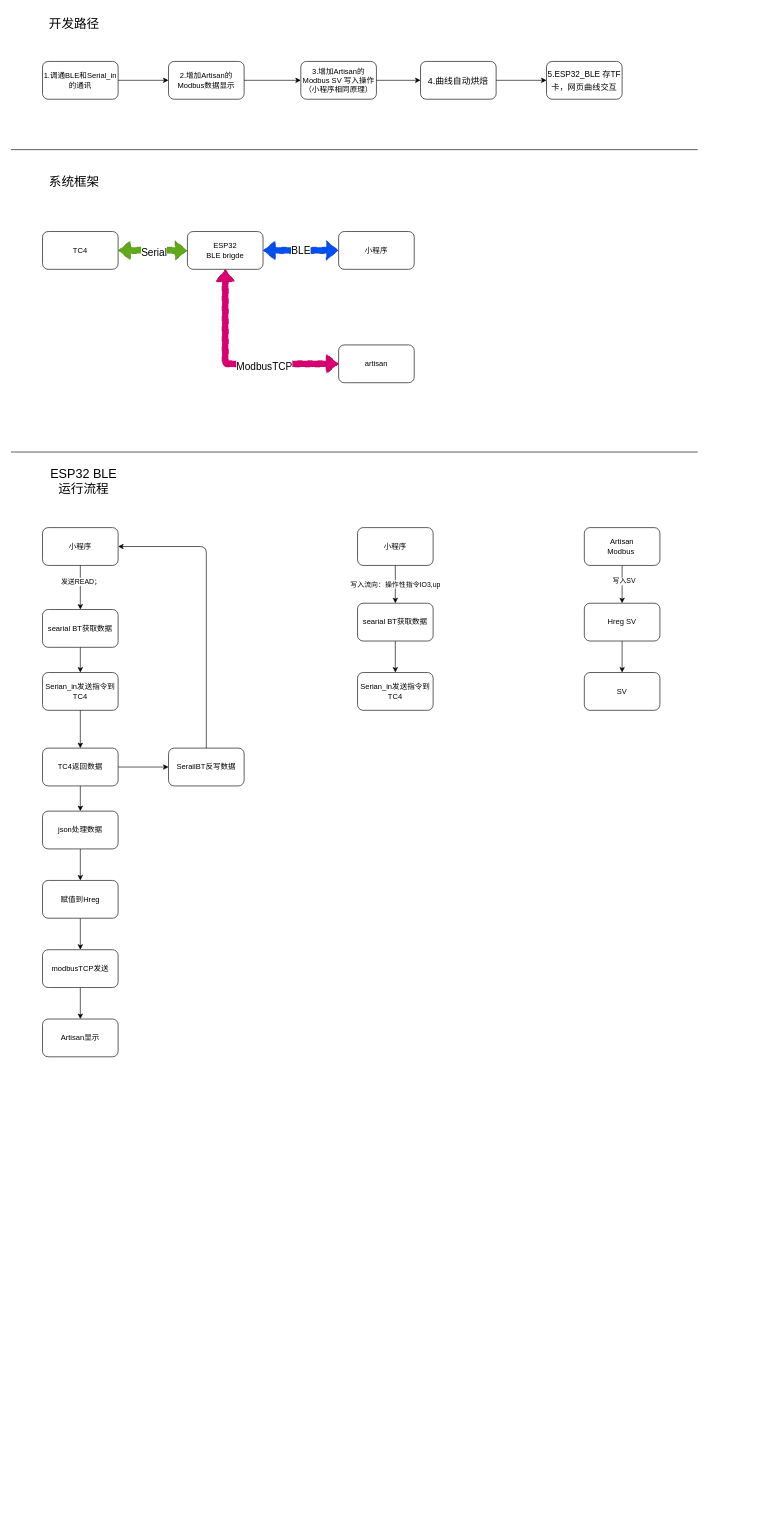
Before: src/flow.drawio in sakunamary/tc4-ble-brigde, a draw.io diagram. Source tidied: cells renumbered, new cells numbered last; positions are measured from the earlier drawing's top-left corner, leaving out a move shared by most shapes. Both pictures are drawn from the tidied source at 63%, with x=0, y=0 at pixel (11, 11).
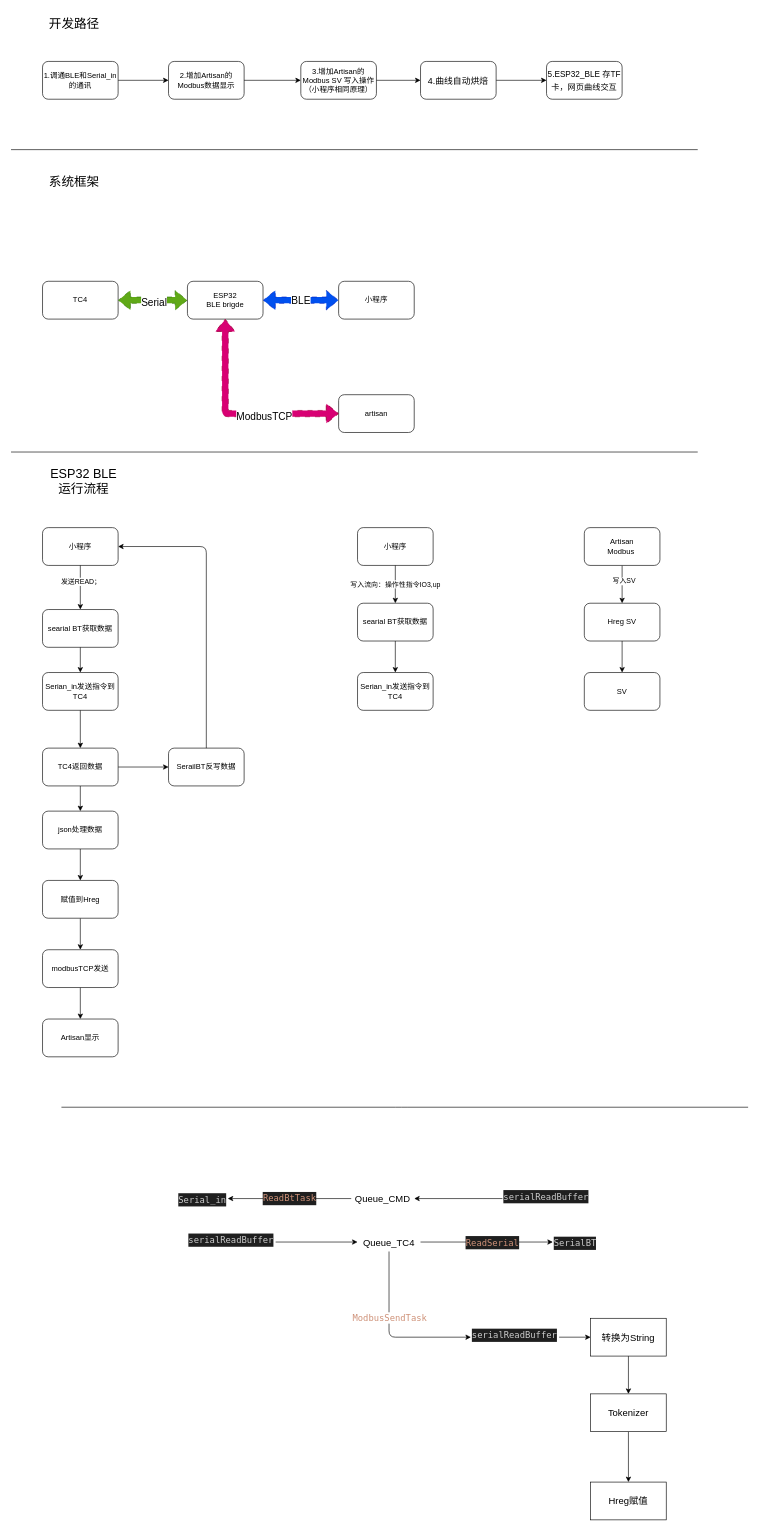
After the change.

Change to the diagram source:
```diff
@@
     <mxCell id="2" value="TC4" style="rounded=1;whiteSpace=wrap;html=1;" parent="1" vertex="1">
-      <mxGeometry x="50" y="350" width="120" height="60" as="geometry" />
+      <mxGeometry x="50" y="429" width="120" height="60" as="geometry" />
     </mxCell>
     <mxCell id="3" value="ESP32&lt;br&gt;BLE brigde" style="whiteSpace=wrap;html=1;rounded=1;" parent="1" vertex="1">
-      <mxGeometry x="280" y="350" width="120" height="60" as="geometry" />
+      <mxGeometry x="280" y="429" width="120" height="60" as="geometry" />
     </mxCell>
     <mxCell id="4" value="小程序" style="rounded=1;whiteSpace=wrap;html=1;" parent="1" vertex="1">
-      <mxGeometry x="520" y="350" width="120" height="60" as="geometry" />
+      <mxGeometry x="520" y="429" width="120" height="60" as="geometry" />
     </mxCell>
     <mxCell id="5" style="shape=flexArrow;endArrow=classic;startArrow=classic;html=1;dashed=1;dashPattern=8 8;exitX=1;exitY=0.5;exitDx=0;exitDy=0;fillColor=#60a917;strokeColor=#2D7600;" parent="1" edge="1" source="2">
       <mxGeometry relative="1" as="geometry">
-        <mxPoint x="280" y="380" as="targetPoint" />
+        <mxPoint x="280" y="459" as="targetPoint" />
       </mxGeometry>
     </mxCell>
@@
     <mxCell id="7" value="&lt;font style=&quot;font-size: 16px;&quot;&gt;BLE&lt;/font&gt;" style="shape=flexArrow;endArrow=classic;startArrow=classic;html=1;dashed=1;dashPattern=8 8;exitX=1;exitY=0.5;exitDx=0;exitDy=0;fillColor=#0050ef;strokeColor=#001DBC;" parent="1" edge="1" source="3">
       <mxGeometry relative="1" as="geometry">
-        <mxPoint x="520" y="380" as="targetPoint" />
+        <mxPoint x="520" y="459" as="targetPoint" />
       </mxGeometry>
     </mxCell>
     <mxCell id="8" value="artisan" style="rounded=1;whiteSpace=wrap;html=1;" parent="1" vertex="1">
-      <mxGeometry x="520" y="530" width="120" height="60" as="geometry" />
+      <mxGeometry x="520" y="609" width="120" height="60" as="geometry" />
     </mxCell>
     <mxCell id="9" style="shape=flexArrow;endArrow=classic;startArrow=classic;html=1;dashed=1;dashPattern=8 8;exitX=0;exitY=0.5;exitDx=0;exitDy=0;entryX=0.5;entryY=1;entryDx=0;entryDy=0;fillColor=#d80073;strokeColor=#A50040;" parent="1" edge="1" source="8" target="3">
       <mxGeometry relative="1" as="geometry">
         <Array as="points">
-          <mxPoint x="340" y="560" />
+          <mxPoint x="340" y="639" />
         </Array>
       </mxGeometry>
     </mxCell>
@@
+    <mxCell id="55" style="edgeStyle=none;html=1;exitX=1;exitY=0.5;exitDx=0;exitDy=0;fontSize=15;entryX=0;entryY=0.5;entryDx=0;entryDy=0;" parent="1" edge="1" source="59" target="62">
+      <mxGeometry relative="1" as="geometry" />
+    </mxCell>
+    <mxCell id="56" value="&lt;div style=&quot;color: rgb(204, 204, 204); background-color: rgb(31, 31, 31); font-family: Menlo, Menlo, Menlo, Menlo, Monaco, &amp;quot;Courier New&amp;quot;, monospace; font-size: 14px; line-height: 21px;&quot;&gt;&lt;span style=&quot;color: #ce9178;&quot;&gt;ReadSerial&lt;/span&gt;&lt;/div&gt;" style="edgeLabel;html=1;align=center;verticalAlign=middle;fontSize=15;" parent="55" vertex="1">
+      <mxGeometry x="0.08" relative="1" as="geometry" />
+    </mxCell>
+    <mxCell id="57" style="edgeStyle=none;html=1;exitX=0.5;exitY=1;exitDx=0;exitDy=0;fontSize=15;entryX=0;entryY=0.5;entryDx=0;entryDy=0;" parent="1" edge="1" source="59" target="69">
+      <mxGeometry relative="1" as="geometry">
+        <Array as="points">
+          <mxPoint x="600" y="2105" />
+        </Array>
+      </mxGeometry>
+    </mxCell>
+    <mxCell id="58" value="&lt;span style=&quot;font-family: Menlo, Menlo, Menlo, Menlo, Monaco, &amp;quot;Courier New&amp;quot;, monospace; font-size: 14px; color: rgb(206, 145, 120);&quot;&gt;ModbusSendTask&lt;/span&gt;" style="edgeLabel;html=1;align=center;verticalAlign=middle;fontSize=15;" parent="57" vertex="1">
+      <mxGeometry x="-0.22" relative="1" as="geometry" />
+    </mxCell>
+    <mxCell id="59" value="&lt;font style=&quot;font-size: 15px;&quot;&gt;Queue_TC4&lt;/font&gt;" style="text;strokeColor=none;align=center;fillColor=none;html=1;verticalAlign=middle;whiteSpace=wrap;rounded=0;" parent="1" vertex="1">
+      <mxGeometry x="550" y="1939" width="100" height="30" as="geometry" />
+    </mxCell>
+    <mxCell id="60" style="edgeStyle=none;html=1;exitX=1;exitY=0.5;exitDx=0;exitDy=0;entryX=0;entryY=0.5;entryDx=0;entryDy=0;" parent="1" edge="1" source="61" target="59">
+      <mxGeometry relative="1" as="geometry" />
+    </mxCell>
+    <mxCell id="61" value="&lt;div style=&quot;color: rgb(204, 204, 204); background-color: rgb(31, 31, 31); font-family: Menlo, Menlo, Menlo, Menlo, Monaco, &amp;quot;Courier New&amp;quot;, monospace; font-weight: normal; font-size: 14px; line-height: 21px;&quot;&gt;&lt;div&gt;&lt;span style=&quot;color: #cccccc;&quot;&gt;serialReadBuffer&lt;/span&gt;&lt;/div&gt;&lt;/div&gt;" style="text;whiteSpace=wrap;html=1;" parent="1" vertex="1">
+      <mxGeometry x="280" y="1934" width="140" height="40" as="geometry" />
+    </mxCell>
+    <mxCell id="62" value="&lt;div style=&quot;color: rgb(204, 204, 204); background-color: rgb(31, 31, 31); font-family: Menlo, Menlo, Menlo, Menlo, Monaco, &amp;quot;Courier New&amp;quot;, monospace; font-weight: normal; font-size: 14px; line-height: 21px;&quot;&gt;&lt;div&gt;&lt;span style=&quot;color: #cccccc;&quot;&gt;SerialBT&lt;/span&gt;&lt;/div&gt;&lt;/div&gt;" style="text;whiteSpace=wrap;html=1;" parent="1" vertex="1">
+      <mxGeometry x="860" y="1939" width="80" height="30" as="geometry" />
+    </mxCell>
+    <mxCell id="63" value="&lt;div style=&quot;color: rgb(204, 204, 204); background-color: rgb(31, 31, 31); font-family: Menlo, Menlo, Menlo, Menlo, Monaco, &amp;quot;Courier New&amp;quot;, monospace; font-size: 14px; line-height: 21px;&quot;&gt;&lt;span style=&quot;color: #ce9178;&quot;&gt;ReadBtTask&lt;/span&gt;&lt;/div&gt;" style="edgeStyle=none;html=1;exitX=0;exitY=0.5;exitDx=0;exitDy=0;entryX=1;entryY=0.5;entryDx=0;entryDy=0;fontSize=15;" parent="1" edge="1" source="64" target="67">
+      <mxGeometry relative="1" as="geometry" />
+    </mxCell>
+    <mxCell id="64" value="&lt;font style=&quot;font-size: 15px;&quot;&gt;Queue_CMD&lt;br&gt;&lt;/font&gt;" style="text;strokeColor=none;align=center;fillColor=none;html=1;verticalAlign=middle;whiteSpace=wrap;rounded=0;" parent="1" vertex="1">
+      <mxGeometry x="540" y="1870" width="100" height="30" as="geometry" />
+    </mxCell>
+    <mxCell id="65" style="edgeStyle=none;html=1;entryX=1;entryY=0.5;entryDx=0;entryDy=0;fontSize=15;exitX=0;exitY=0.5;exitDx=0;exitDy=0;" parent="1" edge="1" source="66" target="64">
+      <mxGeometry relative="1" as="geometry" />
+    </mxCell>
+    <mxCell id="66" value="&lt;div style=&quot;color: rgb(204, 204, 204); background-color: rgb(31, 31, 31); font-family: Menlo, Menlo, Menlo, Menlo, Monaco, &amp;quot;Courier New&amp;quot;, monospace; font-weight: normal; font-size: 14px; line-height: 21px;&quot;&gt;&lt;div&gt;&lt;span style=&quot;color: #cccccc;&quot;&gt;serialReadBuffer&lt;/span&gt;&lt;/div&gt;&lt;/div&gt;" style="text;whiteSpace=wrap;html=1;fontSize=15;" parent="1" vertex="1">
+      <mxGeometry x="780" y="1865" width="150" height="40" as="geometry" />
+    </mxCell>
+    <mxCell id="67" value="&lt;div style=&quot;color: rgb(204, 204, 204); background-color: rgb(31, 31, 31); font-family: Menlo, Menlo, Menlo, Menlo, Monaco, &amp;quot;Courier New&amp;quot;, monospace; font-weight: normal; font-size: 14px; line-height: 21px;&quot;&gt;&lt;div&gt;&lt;span style=&quot;color: #cccccc;&quot;&gt;Serial_in&lt;/span&gt;&lt;/div&gt;&lt;/div&gt;" style="text;whiteSpace=wrap;html=1;" parent="1" vertex="1">
+      <mxGeometry x="264" y="1870" width="80" height="30" as="geometry" />
+    </mxCell>
+    <mxCell id="68" style="edgeStyle=none;html=1;exitX=1;exitY=0.5;exitDx=0;exitDy=0;entryX=0;entryY=0.5;entryDx=0;entryDy=0;fontSize=15;" parent="1" edge="1" source="69" target="71">
+      <mxGeometry relative="1" as="geometry" />
+    </mxCell>
+    <mxCell id="69" value="&lt;div style=&quot;color: rgb(204, 204, 204); background-color: rgb(31, 31, 31); font-family: Menlo, Menlo, Menlo, Menlo, Monaco, &amp;quot;Courier New&amp;quot;, monospace; font-weight: normal; font-size: 14px; line-height: 21px;&quot;&gt;&lt;div&gt;&lt;span style=&quot;color: #cccccc;&quot;&gt;serialReadBuffer&lt;/span&gt;&lt;/div&gt;&lt;/div&gt;" style="text;whiteSpace=wrap;html=1;" parent="1" vertex="1">
+      <mxGeometry x="730" y="2085" width="140" height="40" as="geometry" />
+    </mxCell>
+    <mxCell id="70" style="edgeStyle=none;html=1;exitX=0.5;exitY=1;exitDx=0;exitDy=0;entryX=0.5;entryY=0;entryDx=0;entryDy=0;fontSize=15;" parent="1" edge="1" source="71" target="73">
+      <mxGeometry relative="1" as="geometry" />
+    </mxCell>
+    <mxCell id="71" value="转换为String" style="whiteSpace=wrap;html=1;fontSize=15;" parent="1" vertex="1">
+      <mxGeometry x="920" y="2075" width="120" height="60" as="geometry" />
+    </mxCell>
+    <mxCell id="72" style="edgeStyle=none;html=1;fontSize=15;" parent="1" edge="1" source="73" target="75">
+      <mxGeometry relative="1" as="geometry" />
+    </mxCell>
+    <mxCell id="73" value="Tokenizer" style="whiteSpace=wrap;html=1;fontSize=15;" parent="1" vertex="1">
+      <mxGeometry x="920" y="2195" width="120" height="60" as="geometry" />
+    </mxCell>
+    <mxCell id="74" style="endArrow=none;html=1;" parent="1" edge="1">
+      <mxGeometry relative="1" as="geometry">
+        <mxPoint x="80" y="1740" as="sourcePoint" />
+        <mxPoint x="1170" y="1740" as="targetPoint" />
+        <Array as="points">
+          <mxPoint x="620" y="1740" />
+        </Array>
+      </mxGeometry>
+    </mxCell>
+    <mxCell id="75" value="Hreg赋值" style="whiteSpace=wrap;html=1;fontSize=15;" parent="1" vertex="1">
+      <mxGeometry x="920" y="2335" width="120" height="60" as="geometry" />
+    </mxCell>
```
